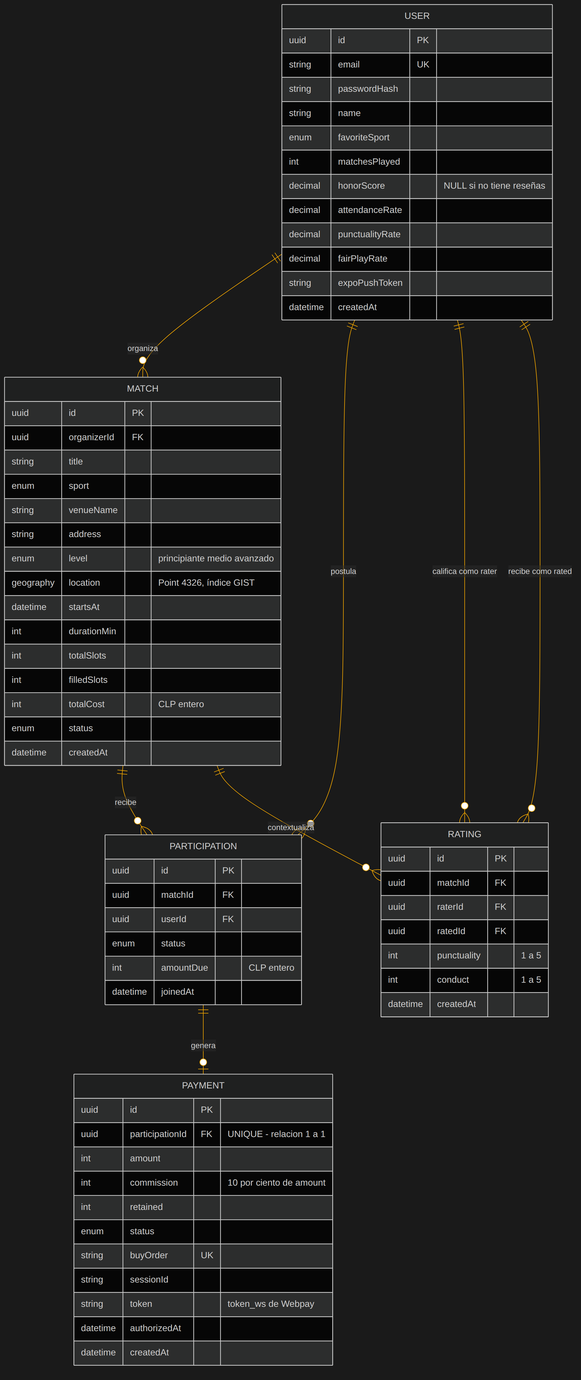
The Mermaid diagram fase-2-desarrollo/docs/diagramas/er-modelo-datos.png in avenaaaa/KANCHA, before a commit. Its source is kept beside it as fase-2-desarrollo/docs/diagramas/er-modelo-datos.mmd.
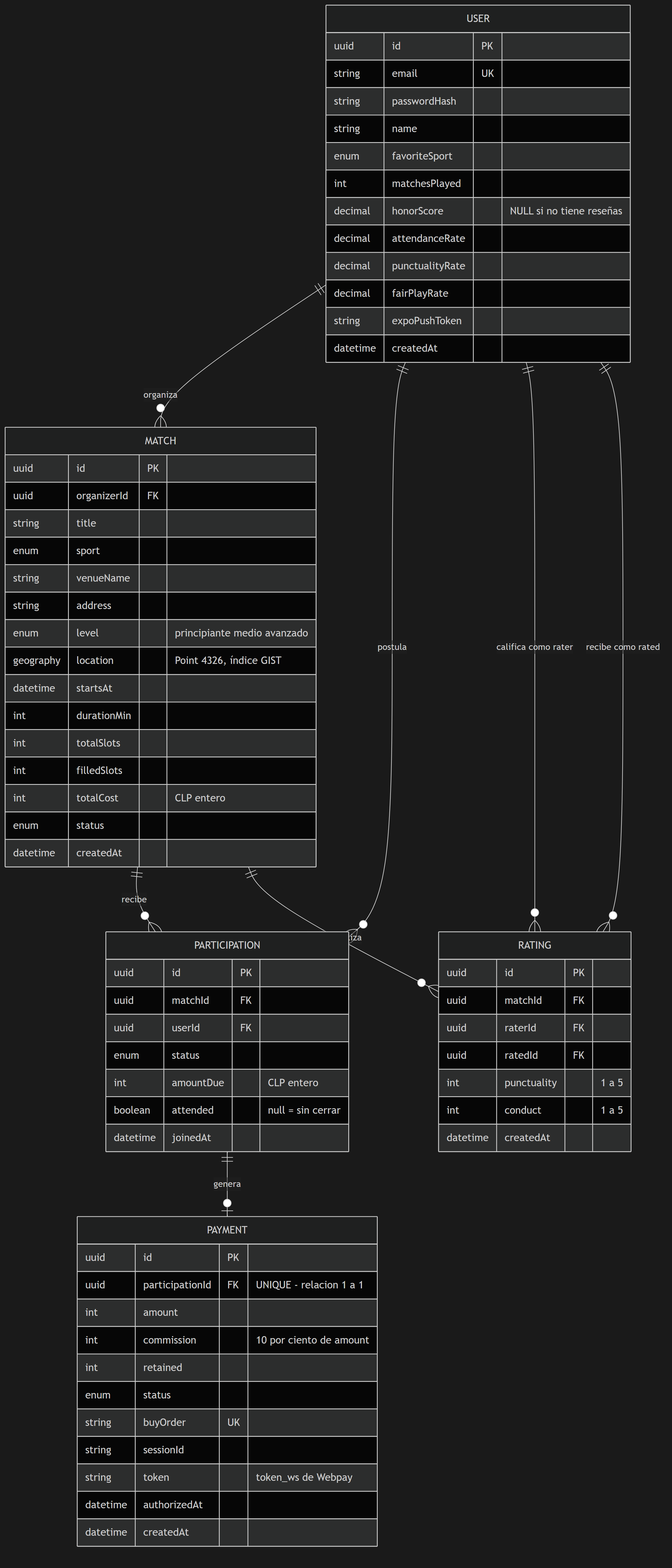
The same file after the commit.

The edit, as a diff of the source:
```diff
@@ -46,6 +46,7 @@
         uuid     userId FK
         enum     status
         int      amountDue "CLP entero"
+        boolean  attended "null = sin cerrar"
         datetime joinedAt
     }
 
```
